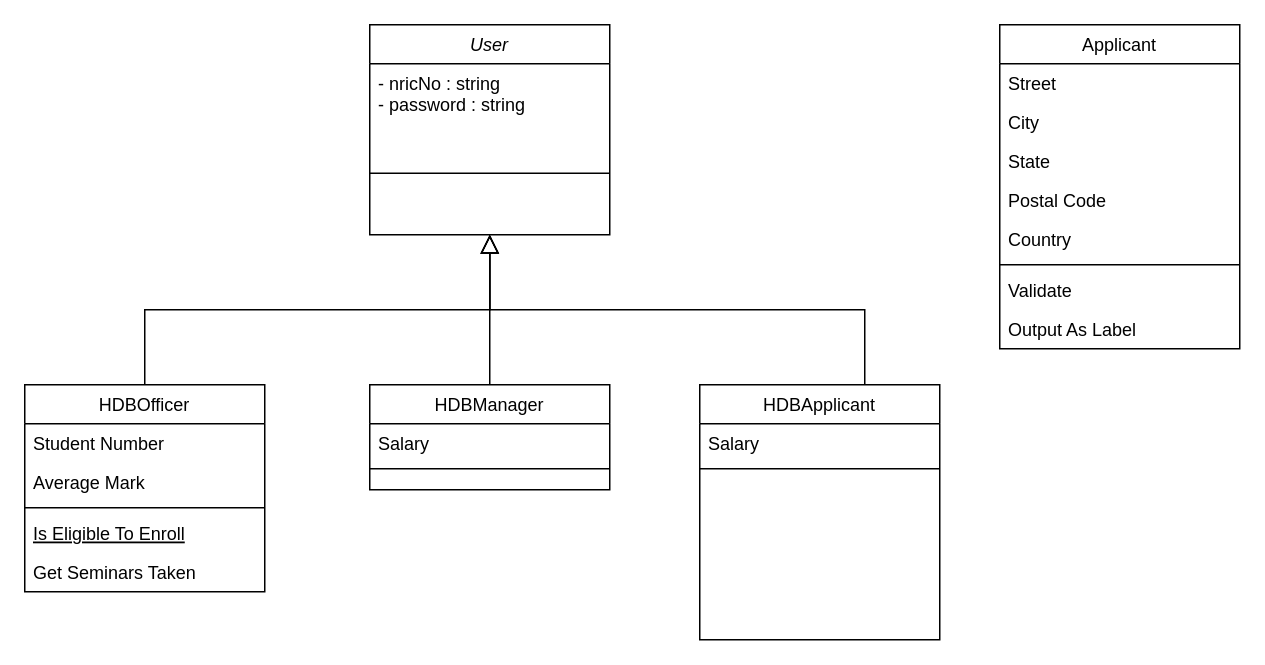
This is UML Diagrams/C.drawio from jordanchoi/sc2002_hdb_fcsd_group2, a draw.io file, before an edit. Source tidied: cells renumbered, new cells numbered last; positions are measured from the earlier drawing's top-left corner, leaving out a move shared by most shapes. Both pictures are drawn from the tidied source at 150%, with x=0, y=0 at pixel (24, 24).
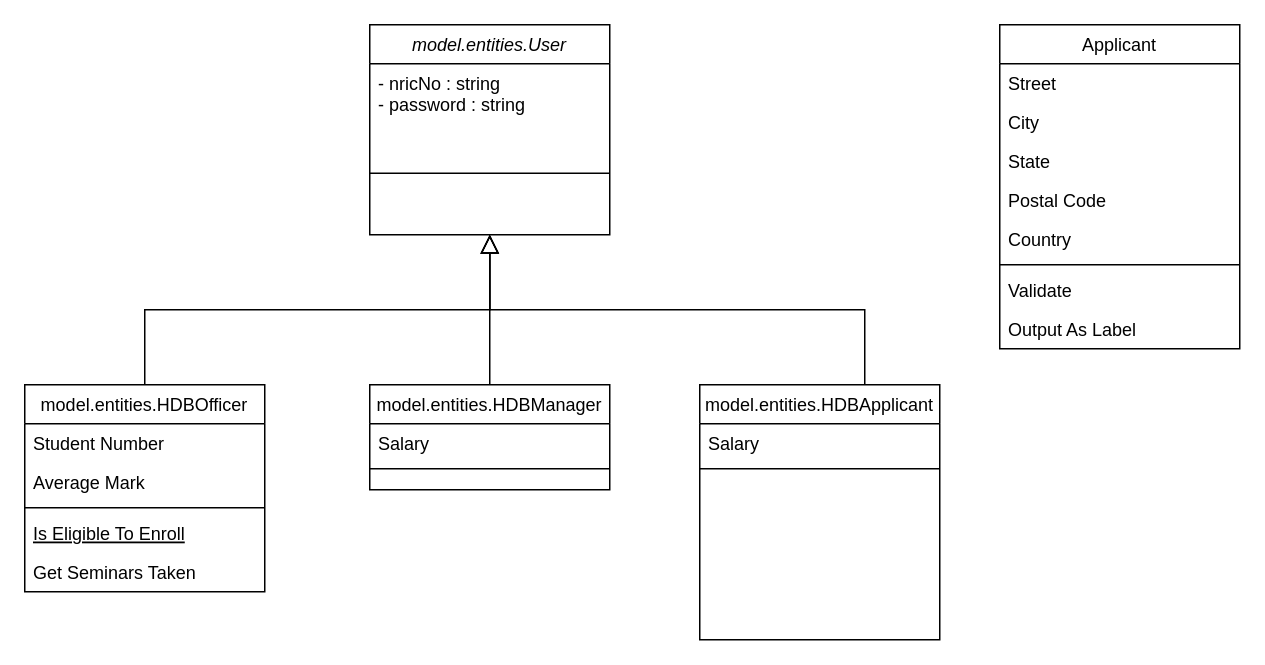
The same page after the edit.

Diff of the diagram source:
```diff
@@
-    <mxCell id="2" value="User" style="swimlane;fontStyle=2;align=center;verticalAlign=top;horizontal=1;startSize=26;rounded=0;shadow=0;strokeWidth=1;" parent="1" vertex="1">
+    <mxCell id="2" value="model.entities.User" style="swimlane;fontStyle=2;align=center;verticalAlign=top;horizontal=1;startSize=26;rounded=0;shadow=0;strokeWidth=1;" parent="1" vertex="1">
       <mxGeometry x="230" width="160" height="140" as="geometry" />
     </mxCell>
@@
-    <mxCell id="5" value="HDBOfficer" style="swimlane;fontStyle=0;align=center;verticalAlign=top;horizontal=1;startSize=26;rounded=0;shadow=0;strokeWidth=1;" parent="1" vertex="1">
+    <mxCell id="5" value="model.entities.HDBOfficer" style="swimlane;fontStyle=0;align=center;verticalAlign=top;horizontal=1;startSize=26;rounded=0;shadow=0;strokeWidth=1;" parent="1" vertex="1">
       <mxGeometry y="240" width="160" height="138" as="geometry" />
     </mxCell>
@@
-    <mxCell id="12" value="HDBManager" style="swimlane;fontStyle=0;align=center;verticalAlign=top;horizontal=1;startSize=26;rounded=0;shadow=0;strokeWidth=1;" parent="1" vertex="1">
+    <mxCell id="12" value="model.entities.HDBManager" style="swimlane;fontStyle=0;align=center;verticalAlign=top;horizontal=1;startSize=26;rounded=0;shadow=0;strokeWidth=1;" parent="1" vertex="1">
       <mxGeometry x="230" y="240" width="160" height="70" as="geometry" />
     </mxCell>
@@
-    <mxCell id="25" value="HDBApplicant" style="swimlane;fontStyle=0;align=center;verticalAlign=top;horizontal=1;startSize=26;rounded=0;shadow=0;strokeWidth=1;" parent="1" vertex="1">
+    <mxCell id="25" value="model.entities.HDBApplicant" style="swimlane;fontStyle=0;align=center;verticalAlign=top;horizontal=1;startSize=26;rounded=0;shadow=0;strokeWidth=1;" parent="1" vertex="1">
       <mxGeometry x="450" y="240" width="160" height="170" as="geometry" />
     </mxCell>
```
